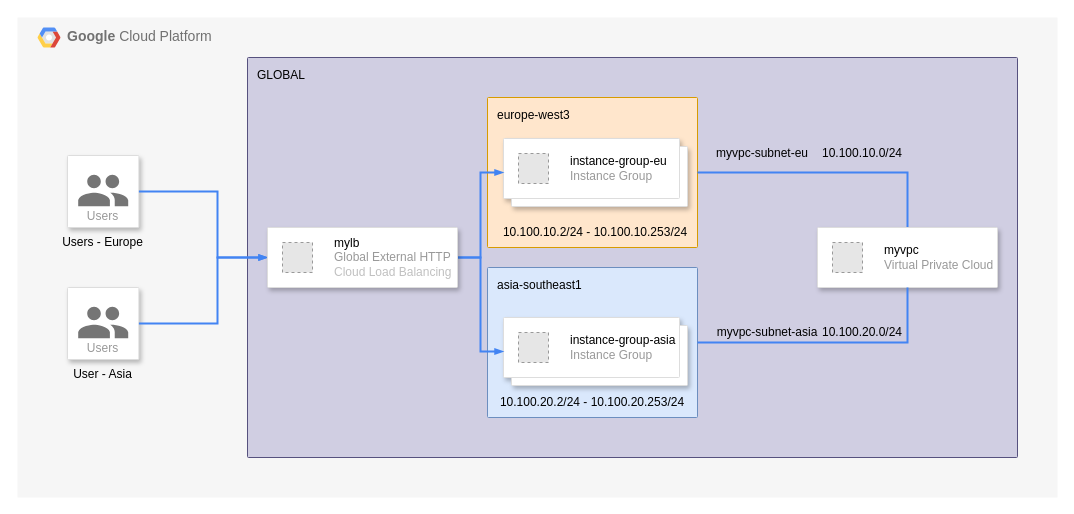
Above: architecture.drawio in apirJS/terraform-vpc-lb-mig (draw.io), before the change. Source tidied: cells renumbered, new cells numbered last; positions are measured from the earlier drawing's top-left corner, leaving out a move shared by most shapes. Both pictures are drawn from the tidied source at 100%, with x=0, y=0 at pixel (17, 17). Pictures stored in the file or linked from it are replaced by grey dashed boxes.
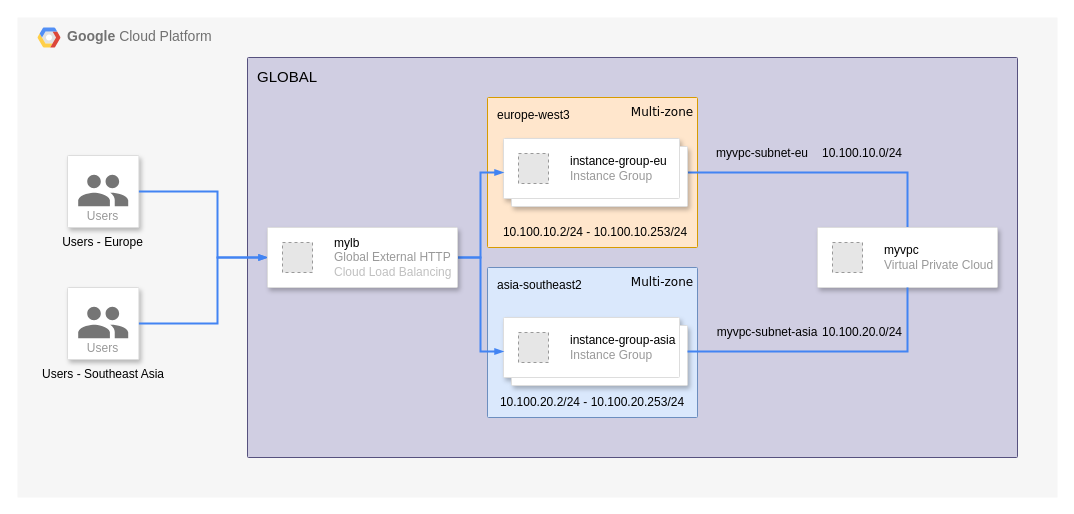
The same diagram, later.

Unchanged cells that the change refers to:
```xml
<mxCell id="2" value="&lt;b&gt;Google &lt;/b&gt;Cloud Platform" style="fillColor=#F6F6F6;strokeColor=none;shadow=0;gradientColor=none;fontSize=14;align=left;spacing=10;fontColor=#717171;9E9E9E;verticalAlign=top;spacingTop=-4;fontStyle=0;spacingLeft=40;html=1;whiteSpace=wrap;" parent="1" vertex="1">
  <mxGeometry width="1040" height="480" as="geometry" />
</mxCell>
<mxCell id="12" value="europe-west3" style="sketch=0;points=[[0,0,0],[0.25,0,0],[0.5,0,0],[0.75,0,0],[1,0,0],[1,0.25,0],[1,0.5,0],[1,0.75,0],[1,1,0],[0.75,1,0],[0.5,1,0],[0.25,1,0],[0,1,0],[0,0.75,0],[0,0.5,0],[0,0.25,0]];rounded=1;absoluteArcSize=1;arcSize=2;html=1;strokeColor=#d79b00;shadow=0;dashed=0;fontSize=12;align=left;verticalAlign=top;spacing=10;spacingTop=-4;whiteSpace=wrap;fillColor=#ffe6cc;" parent="1" vertex="1">
  <mxGeometry x="470" y="80" width="210" height="150" as="geometry" />
</mxCell>
<mxCell id="15" style="strokeColor=#dddddd;shadow=1;strokeWidth=1;rounded=1;absoluteArcSize=1;arcSize=2;" parent="1" vertex="1">
  <mxGeometry x="800" y="210" width="180" height="60" as="geometry" />
</mxCell>
<mxCell id="17" style="shape=mxgraph.gcp2.doubleRect;strokeColor=#dddddd;shadow=1;strokeWidth=1;rounded=1;absoluteArcSize=1;arcSize=2;" parent="1" vertex="1">
  <mxGeometry x="486" y="121" width="184" height="68" as="geometry" />
</mxCell>
<mxCell id="19" style="shape=mxgraph.gcp2.doubleRect;strokeColor=#dddddd;shadow=1;strokeWidth=1;rounded=1;absoluteArcSize=1;arcSize=2;" parent="1" vertex="1">
  <mxGeometry x="486" y="300" width="184" height="68" as="geometry" />
</mxCell>
```

Change to the diagram source:
```diff
@@
-    <mxCell id="9" value="User - Asia" style="text;html=1;align=center;verticalAlign=middle;whiteSpace=wrap;rounded=0;" parent="2" vertex="1">
-      <mxGeometry x="40.2" y="342" width="91" height="30" as="geometry" />
+    <mxCell id="9" value="Users - Southeast Asia" style="text;html=1;align=center;verticalAlign=middle;whiteSpace=wrap;rounded=0;" parent="2" vertex="1">
+      <mxGeometry x="15.7" y="342" width="140" height="30" as="geometry" />
     </mxCell>
-    <mxCell id="10" value="GLOBAL" style="sketch=0;rounded=1;absoluteArcSize=1;arcSize=2;html=1;strokeColor=#56517e;shadow=0;dashed=0;fontSize=12;align=left;verticalAlign=top;spacing=10;spacingTop=-4;whiteSpace=wrap;fillColor=#d0cee2;" parent="1" vertex="1">
+    <mxCell id="10" value="&lt;font style=&quot;font-size: 15px;&quot;&gt;GLOBAL&lt;/font&gt;" style="sketch=0;rounded=1;absoluteArcSize=1;arcSize=2;html=1;strokeColor=#56517e;shadow=0;dashed=0;fontSize=12;align=left;verticalAlign=top;spacing=10;spacingTop=-4;whiteSpace=wrap;fillColor=#d0cee2;" parent="1" vertex="1">
       <mxGeometry x="230" y="40" width="770" height="400" as="geometry" />
     </mxCell>
-    <mxCell id="11" value="asia-southeast1" style="sketch=0;points=[[0,0,0],[0.25,0,0],[0.5,0,0],[0.75,0,0],[1,0,0],[1,0.25,0],[1,0.5,0],[1,0.75,0],[1,1,0],[0.75,1,0],[0.5,1,0],[0.25,1,0],[0,1,0],[0,0.75,0],[0,0.5,0],[0,0.25,0]];rounded=1;absoluteArcSize=1;arcSize=2;html=1;strokeColor=#6c8ebf;shadow=0;dashed=0;fontSize=12;align=left;verticalAlign=top;spacing=10;spacingTop=-4;whiteSpace=wrap;fillColor=#dae8fc;" parent="1" vertex="1">
+    <mxCell id="11" value="asia-southeast2" style="sketch=0;points=[[0,0,0],[0.25,0,0],[0.5,0,0],[0.75,0,0],[1,0,0],[1,0.25,0],[1,0.5,0],[1,0.75,0],[1,1,0],[0.75,1,0],[0.5,1,0],[0.25,1,0],[0,1,0],[0,0.75,0],[0,0.5,0],[0,0.25,0]];rounded=1;absoluteArcSize=1;arcSize=2;html=1;strokeColor=#6c8ebf;shadow=0;dashed=0;fontSize=12;align=left;verticalAlign=top;spacing=10;spacingTop=-4;whiteSpace=wrap;fillColor=#dae8fc;" parent="1" vertex="1">
       <mxGeometry x="470" y="250" width="210" height="150" as="geometry" />
     </mxCell>
@@
-    <mxCell id="13" style="edgeStyle=orthogonalEdgeStyle;fontSize=12;html=1;endArrow=none;endFill=0;rounded=0;strokeWidth=2;endSize=4;startSize=4;dashed=0;strokeColor=light-dark(#4284F3,#996500);entryX=0.5;entryY=0;entryDx=0;entryDy=0;exitX=1;exitY=0.5;exitDx=0;exitDy=0;exitPerimeter=0;" parent="1" edge="1" source="12" target="15">
+    <mxCell id="13" style="edgeStyle=orthogonalEdgeStyle;fontSize=12;html=1;endArrow=none;endFill=0;rounded=0;strokeWidth=2;endSize=4;startSize=4;dashed=0;strokeColor=light-dark(#4284F3,#996500);entryX=0.5;entryY=0;entryDx=0;entryDy=0;exitX=1;exitY=0.5;exitDx=0;exitDy=0;" parent="1" edge="1" source="17" target="15">
       <mxGeometry relative="1" as="geometry" />
     </mxCell>
@@
-    <mxCell id="21" style="edgeStyle=orthogonalEdgeStyle;fontSize=12;html=1;endArrow=none;endFill=0;rounded=0;strokeWidth=2;endSize=4;startSize=4;dashed=0;strokeColor=#4284F3;entryX=1;entryY=0.5;entryDx=0;entryDy=0;entryPerimeter=0;exitX=0.5;exitY=1;exitDx=0;exitDy=0;" parent="1" edge="1" source="15" target="11">
-      <mxGeometry relative="1" as="geometry">
-        <Array as="points">
-          <mxPoint x="890" y="325" />
-        </Array>
-      </mxGeometry>
-    </mxCell>
@@
+    <mxCell id="33" value="&lt;font face=&quot;Verdana&quot; style=&quot;color: light-dark(rgb(0, 0, 0), rgb(153, 204, 255));&quot;&gt;Multi-zone&lt;/font&gt;" style="text;html=1;align=center;verticalAlign=middle;whiteSpace=wrap;rounded=0;" parent="1" vertex="1">
+      <mxGeometry x="610" y="250" width="70" height="30" as="geometry" />
+    </mxCell>
+    <mxCell id="34" value="&lt;font face=&quot;Verdana&quot; style=&quot;color: light-dark(rgb(0, 0, 0), rgb(153, 204, 255));&quot;&gt;Multi-zone&lt;/font&gt;" style="text;html=1;align=center;verticalAlign=middle;whiteSpace=wrap;rounded=0;" parent="1" vertex="1">
+      <mxGeometry x="610" y="80" width="70" height="30" as="geometry" />
+    </mxCell>
+    <mxCell id="35" style="edgeStyle=orthogonalEdgeStyle;fontSize=12;html=1;endArrow=none;endFill=0;rounded=0;strokeWidth=2;endSize=4;startSize=4;dashed=0;strokeColor=#4284F3;exitX=0.5;exitY=1;exitDx=0;exitDy=0;entryX=1;entryY=0.5;entryDx=0;entryDy=0;" parent="1" edge="1" source="15" target="19">
+      <mxGeometry relative="1" as="geometry" />
+    </mxCell>
```
